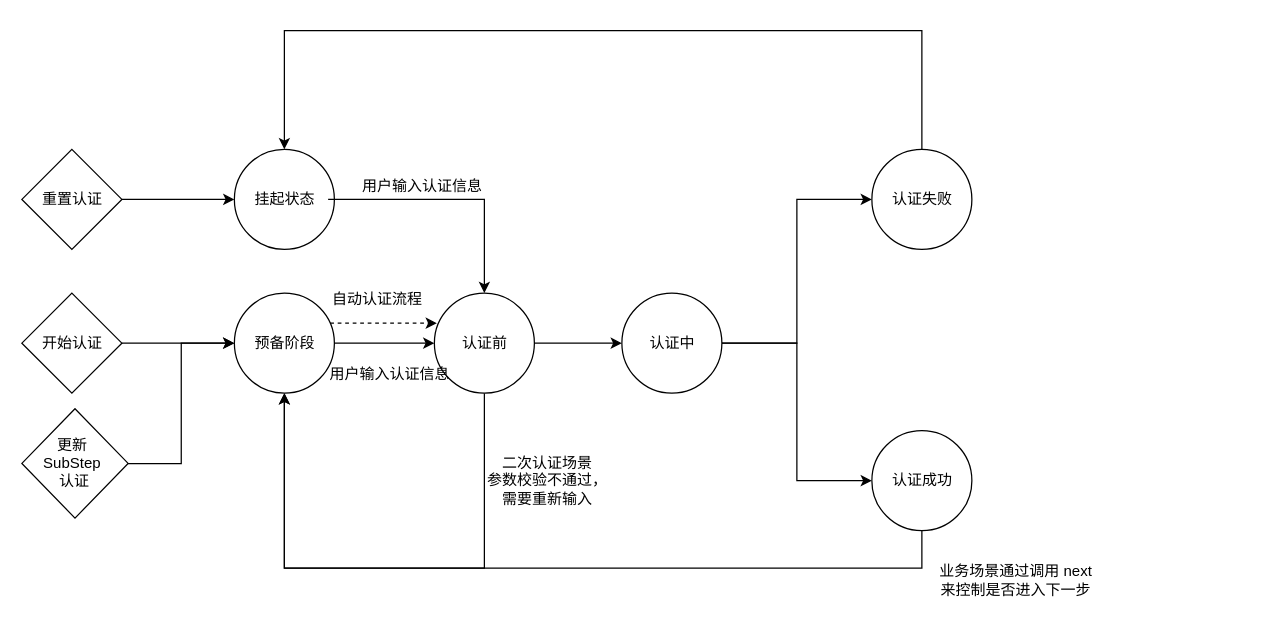
This is page "第 2 页" (2 of 12) of useVerify/状态机.drawio from RexYao97/sfrex, a draw.io file, before an edit. Source tidied: cells renumbered, new cells numbered last; positions are measured from the earlier drawing's top-left corner, leaving out a move shared by most shapes. Both pictures are drawn from the tidied source at 125%, with x=0, y=0 at pixel (21, 30).
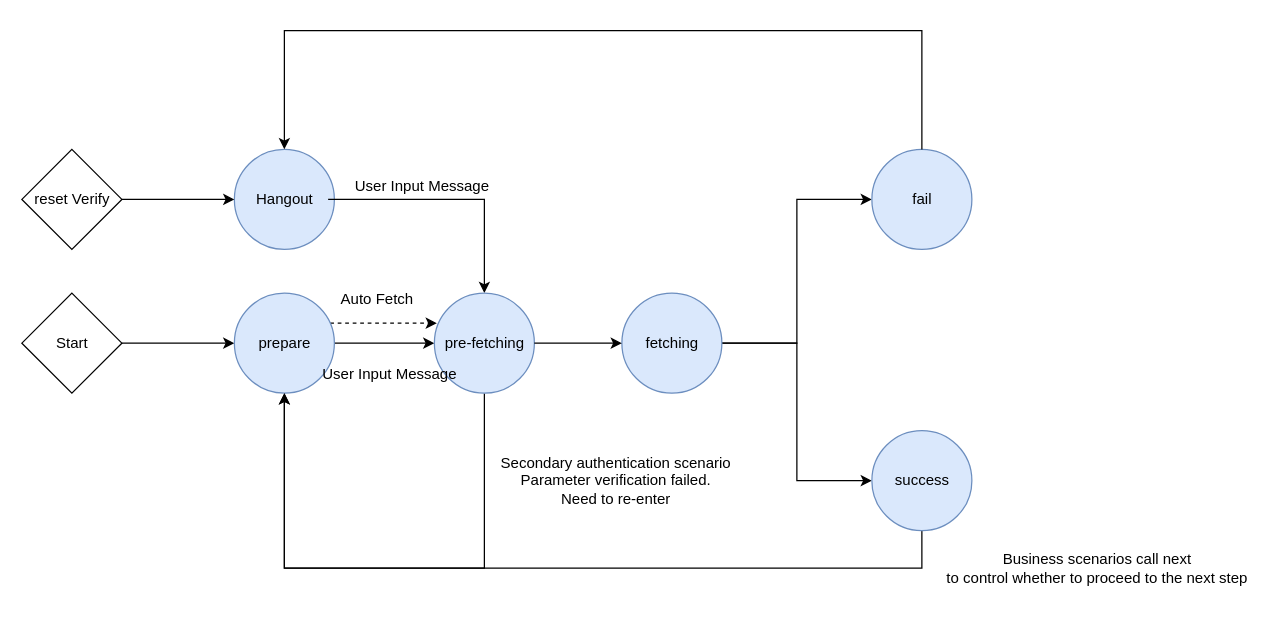
After the change.

The edit, as a diff of the source:
```diff
@@
-    <mxCell id="3" style="ellipse;whiteSpace=wrap;html=1;" parent="1" vertex="1">
+    <mxCell id="3" style="ellipse;whiteSpace=wrap;html=1;fillColor=#dae8fc;strokeColor=#6c8ebf;" parent="1" vertex="1">
       <mxGeometry x="170" y="95" width="80" height="80" as="geometry" />
     </mxCell>
@@
-    <mxCell id="5" value="挂起状态" style="text;html=1;align=center;verticalAlign=middle;points=[];strokeColor=none;fillColor=none;" parent="1" vertex="1">
+    <mxCell id="5" value="Hangout" style="text;html=1;align=center;verticalAlign=middle;points=[];strokeColor=none;fillColor=none;" parent="1" vertex="1">
       <mxGeometry x="175" y="120" width="70" height="30" as="geometry" />
     </mxCell>
@@
-    <mxCell id="8" style="ellipse;whiteSpace=wrap;html=1;" parent="1" vertex="1">
+    <mxCell id="8" style="ellipse;whiteSpace=wrap;html=1;fillColor=#dae8fc;strokeColor=#6c8ebf;" parent="1" vertex="1">
       <mxGeometry x="170" y="210" width="80" height="80" as="geometry" />
     </mxCell>
-    <mxCell id="9" value="预备阶段" style="text;html=1;align=center;verticalAlign=middle;strokeColor=none;fillColor=none;" parent="1" vertex="1">
-      <mxGeometry x="175" y="235" width="70" height="30" as="geometry" />
+    <mxCell id="9" value="prepare" style="text;html=1;align=center;verticalAlign=middle;strokeColor=none;fillColor=none;" parent="1" vertex="1">
+      <mxGeometry x="180" y="235" width="60" height="30" as="geometry" />
     </mxCell>
@@
-    <mxCell id="11" style="ellipse;whiteSpace=wrap;html=1;" parent="1" vertex="1">
+    <mxCell id="11" style="ellipse;whiteSpace=wrap;html=1;fillColor=#dae8fc;strokeColor=#6c8ebf;" parent="1" vertex="1">
       <mxGeometry x="330" y="210" width="80" height="80" as="geometry" />
     </mxCell>
-    <mxCell id="12" value="认证前" style="text;html=1;align=center;verticalAlign=middle;strokeColor=none;fillColor=none;" parent="1" vertex="1">
-      <mxGeometry x="340" y="235" width="60" height="30" as="geometry" />
+    <mxCell id="12" value="pre-fetching" style="text;html=1;align=center;verticalAlign=middle;strokeColor=none;fillColor=none;" parent="1" vertex="1">
+      <mxGeometry x="325" y="235" width="90" height="30" as="geometry" />
     </mxCell>
@@
-    <mxCell id="15" style="ellipse;whiteSpace=wrap;html=1;" parent="1" vertex="1">
+    <mxCell id="15" style="ellipse;whiteSpace=wrap;html=1;fillColor=#dae8fc;strokeColor=#6c8ebf;" parent="1" vertex="1">
       <mxGeometry x="480" y="210" width="80" height="80" as="geometry" />
     </mxCell>
-    <mxCell id="16" value="认证中" style="text;html=1;align=center;verticalAlign=middle;strokeColor=none;fillColor=none;" parent="1" vertex="1">
-      <mxGeometry x="490" y="235" width="60" height="30" as="geometry" />
+    <mxCell id="16" value="fetching" style="text;html=1;align=center;verticalAlign=middle;strokeColor=none;fillColor=none;" parent="1" vertex="1">
+      <mxGeometry x="485" y="235" width="70" height="30" as="geometry" />
     </mxCell>
@@
-    <mxCell id="18" style="ellipse;whiteSpace=wrap;html=1;" parent="1" vertex="1">
+    <mxCell id="18" style="ellipse;whiteSpace=wrap;html=1;fillColor=#dae8fc;strokeColor=#6c8ebf;" parent="1" vertex="1">
       <mxGeometry x="680" y="320" width="80" height="80" as="geometry" />
     </mxCell>
-    <mxCell id="19" value="认证成功" style="text;html=1;align=center;verticalAlign=middle;strokeColor=none;fillColor=none;" parent="1" vertex="1">
+    <mxCell id="19" value="success" style="text;html=1;align=center;verticalAlign=middle;strokeColor=none;fillColor=none;" parent="1" vertex="1">
       <mxGeometry x="685" y="345" width="70" height="30" as="geometry" />
     </mxCell>
-    <mxCell id="20" style="ellipse;whiteSpace=wrap;html=1;" parent="1" vertex="1">
+    <mxCell id="20" style="ellipse;whiteSpace=wrap;html=1;fillColor=#dae8fc;strokeColor=#6c8ebf;" parent="1" vertex="1">
       <mxGeometry x="680" y="95" width="80" height="80" as="geometry" />
     </mxCell>
@@
-    <mxCell id="22" value="认证失败" style="text;html=1;align=center;verticalAlign=middle;strokeColor=none;fillColor=none;" parent="1" vertex="1">
-      <mxGeometry x="685" y="120" width="70" height="30" as="geometry" />
+    <mxCell id="22" value="fail" style="text;html=1;align=center;verticalAlign=middle;strokeColor=none;fillColor=none;" parent="1" vertex="1">
+      <mxGeometry x="700" y="120" width="40" height="30" as="geometry" />
     </mxCell>
@@
-    <mxCell id="25" value="开始认证" style="text;html=1;align=center;verticalAlign=middle;strokeColor=none;fillColor=none;" parent="1" vertex="1">
-      <mxGeometry x="5" y="235" width="70" height="30" as="geometry" />
+    <mxCell id="25" value="Start" style="text;html=1;align=center;verticalAlign=middle;strokeColor=none;fillColor=none;" parent="1" vertex="1">
+      <mxGeometry x="15" y="235" width="50" height="30" as="geometry" />
     </mxCell>
@@
-    <mxCell id="28" value="重置认证" style="text;html=1;align=center;verticalAlign=middle;strokeColor=none;fillColor=none;" parent="1" vertex="1">
-      <mxGeometry x="5" y="120" width="70" height="30" as="geometry" />
+    <mxCell id="28" value="reset Verify" style="text;html=1;align=center;verticalAlign=middle;strokeColor=none;fillColor=none;" parent="1" vertex="1">
+      <mxGeometry y="120" width="80" height="30" as="geometry" />
     </mxCell>
-    <mxCell id="29" style="edgeStyle=orthogonalEdgeStyle;rounded=0;jettySize=auto;html=1;entryX=0;entryY=0.5;entryDx=0;entryDy=0;" parent="1" edge="1" source="30" target="8">
-      <mxGeometry relative="1" as="geometry" />
-    </mxCell>
-    <mxCell id="30" style="rhombus;whiteSpace=wrap;html=1;" parent="1" vertex="1">
-      <mxGeometry y="302.5" width="85" height="87.5" as="geometry" />
-    </mxCell>
-    <mxCell id="31" value="更新&lt;br&gt;SubStep&lt;br&gt;&amp;nbsp;认证" style="text;html=1;align=center;verticalAlign=middle;strokeColor=none;fillColor=none;" parent="1" vertex="1">
-      <mxGeometry x="5" y="316.2" width="70" height="60" as="geometry" />
-    </mxCell>
-    <mxCell id="32" value="二次认证场景&lt;br&gt;参数校验不通过，&lt;br&gt;需要重新输入" style="text;html=1;align=center;verticalAlign=middle;strokeColor=none;fillColor=none;" parent="1" vertex="1">
-      <mxGeometry x="360" y="330" width="120" height="60" as="geometry" />
+    <mxCell id="32" value="&lt;div&gt;Secondary authentication scenario&lt;/div&gt;&lt;div&gt;Parameter verification failed.&lt;/div&gt;&lt;div&gt;Need to re-enter&lt;/div&gt;" style="text;html=1;align=center;verticalAlign=middle;strokeColor=none;fillColor=none;" parent="1" vertex="1">
+      <mxGeometry x="370" y="330" width="210" height="60" as="geometry" />
     </mxCell>
-    <mxCell id="33" value="业务场景通过调用 next &lt;br&gt;来控制是否进入下一步" style="text;html=1;align=center;verticalAlign=middle;strokeColor=none;fillColor=none;" parent="1" vertex="1">
-      <mxGeometry x="720" y="420" width="150" height="40" as="geometry" />
+    <mxCell id="33" value="&lt;div&gt;Business scenarios call next&lt;/div&gt;&lt;div&gt;to control whether to proceed to the next step&lt;/div&gt;" style="text;html=1;align=center;verticalAlign=middle;strokeColor=none;fillColor=none;" parent="1" vertex="1">
+      <mxGeometry x="730" y="410" width="260" height="40" as="geometry" />
     </mxCell>
-    <mxCell id="34" value="用户输入认证信息" style="text;html=1;align=center;verticalAlign=middle;strokeColor=none;fillColor=none;" parent="1" vertex="1">
-      <mxGeometry x="260" y="110" width="120" height="30" as="geometry" />
+    <mxCell id="34" value="User Input Message" style="text;html=1;align=center;verticalAlign=middle;strokeColor=none;fillColor=none;" parent="1" vertex="1">
+      <mxGeometry x="255" y="110" width="130" height="30" as="geometry" />
     </mxCell>
-    <mxCell id="35" value="用户输入认证信息" style="text;html=1;align=center;verticalAlign=middle;strokeColor=none;fillColor=none;" parent="1" vertex="1">
-      <mxGeometry x="234" y="260" width="120" height="30" as="geometry" />
+    <mxCell id="35" value="User Input Message" style="text;html=1;align=center;verticalAlign=middle;strokeColor=none;fillColor=none;" parent="1" vertex="1">
+      <mxGeometry x="229" y="260" width="130" height="30" as="geometry" />
     </mxCell>
-    <mxCell id="36" value="自动认证流程" style="text;html=1;align=center;verticalAlign=middle;strokeColor=none;fillColor=none;" parent="1" vertex="1">
-      <mxGeometry x="234" y="200" width="100" height="30" as="geometry" />
+    <mxCell id="36" value="Auto Fetch" style="text;html=1;align=center;verticalAlign=middle;strokeColor=none;fillColor=none;" parent="1" vertex="1">
+      <mxGeometry x="244" y="200" width="80" height="30" as="geometry" />
     </mxCell>
```
